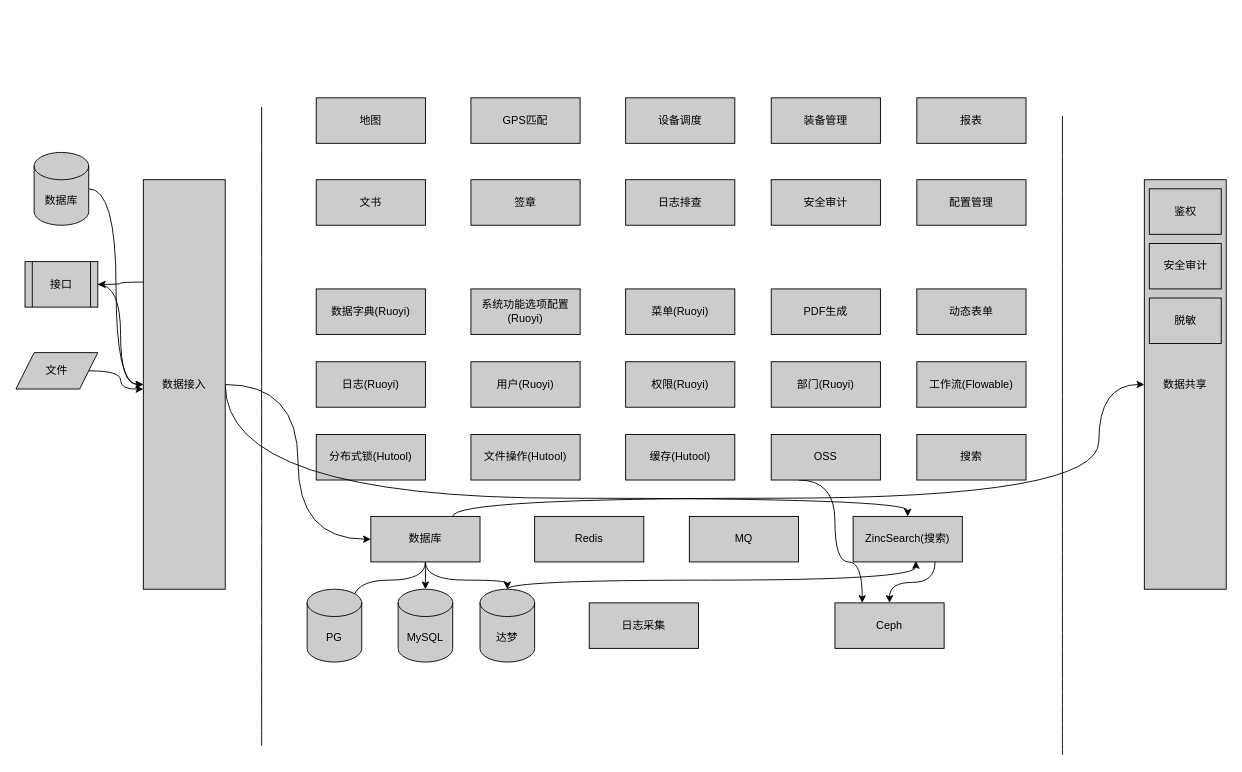
The draw.io diagram page "技术体系" (4 of 4) of doc/工程中心年终总结.drawio in jackyliu/design, before the edit. Source tidied: cells renumbered, new cells numbered last; positions are measured from the earlier drawing's top-left corner, leaving out a move shared by most shapes. Both pictures are drawn from the tidied source at 91%, with x=0, y=0 at pixel (15, 97).
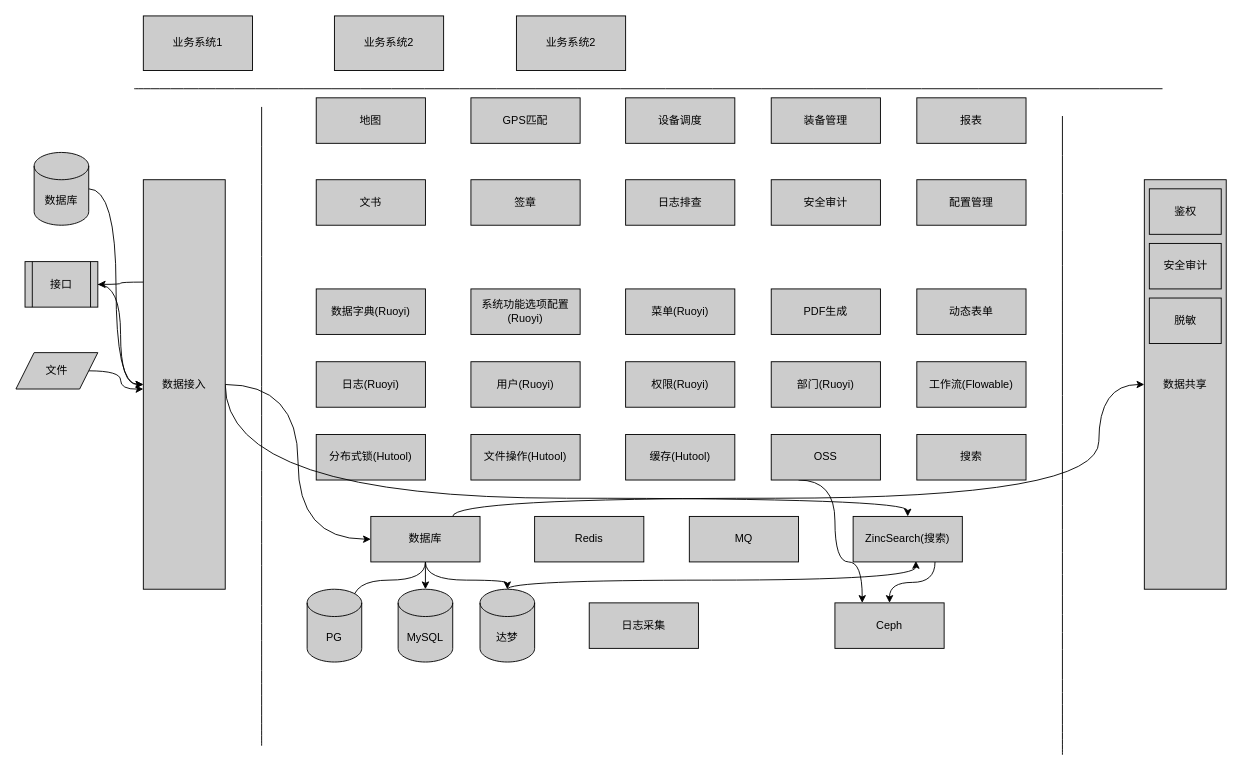
The same page after the edit.

Commit message:
更新工程中心年终总结.drawio

The edit, as a diff of the source:
```diff
@@
+    <mxCell id="59" style="endArrow=none;html=1;rounded=0;curved=1;" parent="1" edge="1">
+      <mxGeometry relative="1" as="geometry">
+        <mxPoint x="130" y="-10" as="sourcePoint" />
+        <mxPoint x="1260" y="-10" as="targetPoint" />
+      </mxGeometry>
+    </mxCell>
+    <mxCell id="60" value="业务系统1" style="rounded=0;whiteSpace=wrap;html=1;fillColor=#CCCCCC;" parent="1" vertex="1">
+      <mxGeometry x="140" y="-90" width="120" height="60" as="geometry" />
+    </mxCell>
+    <mxCell id="61" value="业务系统2" style="rounded=0;whiteSpace=wrap;html=1;fillColor=#CCCCCC;" parent="1" vertex="1">
+      <mxGeometry x="350" y="-90" width="120" height="60" as="geometry" />
+    </mxCell>
+    <mxCell id="62" value="业务系统2" style="rounded=0;whiteSpace=wrap;html=1;fillColor=#CCCCCC;" parent="1" vertex="1">
+      <mxGeometry x="550" y="-90" width="120" height="60" as="geometry" />
+    </mxCell>
```
